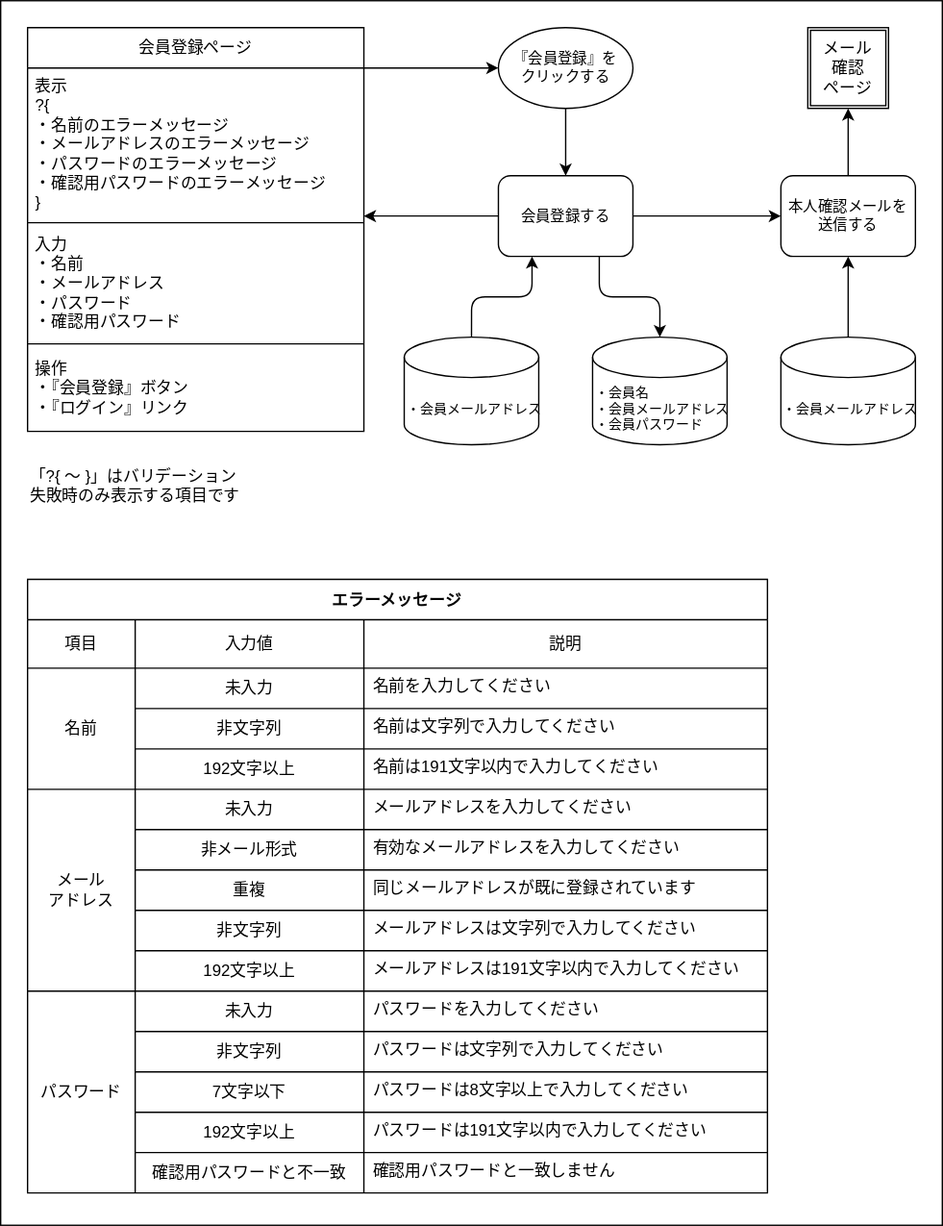
The draw.io diagram doc/画面遷移図/認証ページ/会員登録.drawio.svg in ryamao/atte, before a commit. Source tidied: cells renumbered, new cells last; positions are measured from the earlier drawing's top-left corner, leaving out a move shared by most shapes.
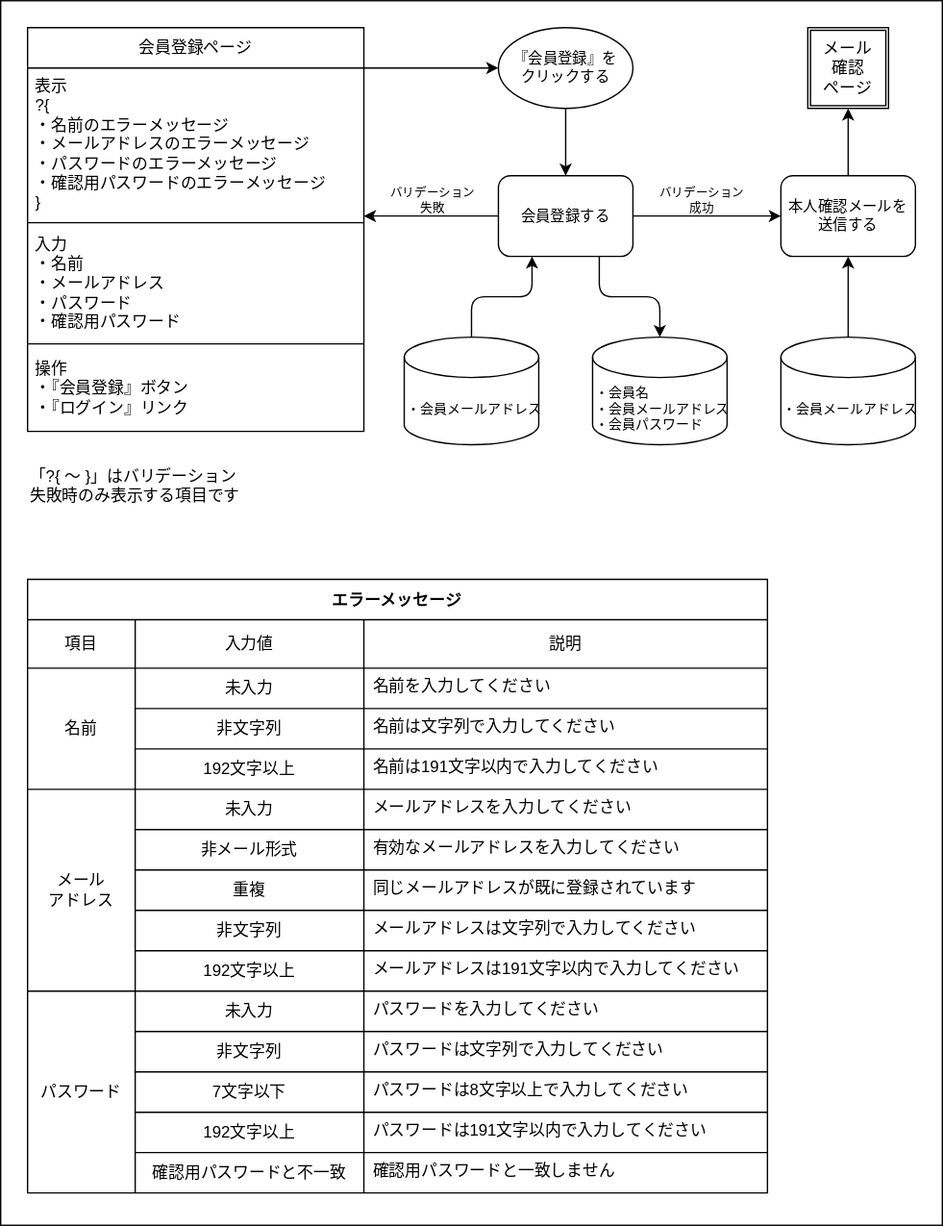
Above is the later version.

What changed in the source:
```diff
@@ -38,6 +38,16 @@
     <mxCell id="13" style="edgeStyle=none;html=1;exitX=0;exitY=0.5;exitDx=0;exitDy=0;entryX=1;entryY=1;entryDx=0;entryDy=0;" parent="1" edge="1" source="66" target="4">
       <mxGeometry relative="1" as="geometry" />
     </mxCell>
+    <mxCell id="72" value="バリデーション&lt;br style=&quot;font-size: 9px;&quot;&gt;失敗" style="edgeLabel;html=1;align=center;verticalAlign=middle;fontSize=9;" parent="13" vertex="1">
+      <mxGeometry x="-0.15" y="-2" relative="1" as="geometry">
+        <mxPoint x="-8" y="-11" as="offset" />
+      </mxGeometry>
+    </mxCell>
+    <mxCell id="73" value="バリデーション&lt;br style=&quot;font-size: 9px;&quot;&gt;成功" style="edgeLabel;html=1;align=center;verticalAlign=middle;fontSize=9;" parent="13" vertex="1">
+      <mxGeometry x="-0.15" y="-2" relative="1" as="geometry">
+        <mxPoint x="192" y="-11" as="offset" />
+      </mxGeometry>
+    </mxCell>
     <mxCell id="14" value="エラーメッセージ" style="shape=table;startSize=30;fontStyle=1;align=center;" parent="1" vertex="1">
       <mxGeometry x="20" y="430" width="550" height="456" as="geometry" />
     </mxCell>
```
